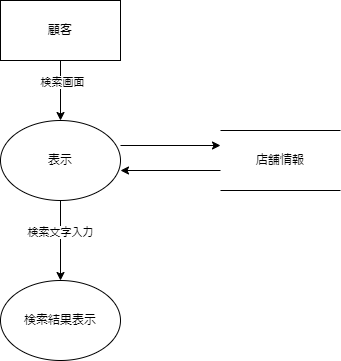
Pyama1013/Sotsu.Gamen keeps this draw.io diagram as DFD/検索.drawio.png. Above is the earlier version. Source tidied: cells renumbered, new cells last; positions are measured from the earlier drawing's top-left corner, leaving out a move shared by most shapes. Source of this version:
```xml
<mxGraphModel>
  <root>
    <mxCell id="0" />
    <mxCell id="1" parent="0" />
    <mxCell id="2" style="edgeStyle=orthogonalEdgeStyle;rounded=0;jettySize=auto;html=1;exitX=0.5;exitY=1;exitDx=0;exitDy=0;entryX=0.5;entryY=0;entryDx=0;entryDy=0;" parent="1" edge="1" source="4" target="7">
      <mxGeometry relative="1" as="geometry" />
    </mxCell>
    <mxCell id="3" value="検索画面" style="edgeLabel;html=1;align=center;verticalAlign=middle;" parent="2" vertex="1">
      <mxGeometry x="-0.31" y="1" relative="1" as="geometry" />
    </mxCell>
    <mxCell id="4" value="顧客" style="rounded=0;whiteSpace=wrap;html=1;" parent="1" vertex="1">
      <mxGeometry width="120" height="60" as="geometry" />
    </mxCell>
    <mxCell id="5" style="edgeStyle=orthogonalEdgeStyle;rounded=0;jettySize=auto;html=1;exitX=0.5;exitY=1;exitDx=0;exitDy=0;entryX=0.5;entryY=0;entryDx=0;entryDy=0;" parent="1" edge="1" source="7" target="8">
      <mxGeometry relative="1" as="geometry" />
    </mxCell>
    <mxCell id="6" value="検索文字入力" style="edgeLabel;html=1;align=center;verticalAlign=middle;" parent="5" vertex="1">
      <mxGeometry x="-0.22" y="-1" relative="1" as="geometry" />
    </mxCell>
    <mxCell id="7" value="表示" style="ellipse;whiteSpace=wrap;html=1;" parent="1" vertex="1">
      <mxGeometry y="120" width="120" height="80" as="geometry" />
    </mxCell>
    <mxCell id="8" value="検索結果表示" style="ellipse;whiteSpace=wrap;html=1;" parent="1" vertex="1">
      <mxGeometry y="280" width="120" height="80" as="geometry" />
    </mxCell>
    <mxCell id="9" value="店舗情報" style="shape=partialRectangle;whiteSpace=wrap;html=1;left=0;right=0;fillColor=none;" parent="1" vertex="1">
      <mxGeometry x="220" y="130" width="120" height="60" as="geometry" />
    </mxCell>
    <mxCell id="10" style="endArrow=classic;html=1;rounded=0;entryX=0;entryY=0.25;entryDx=0;entryDy=0;" parent="1" edge="1" target="9">
      <mxGeometry relative="1" as="geometry">
        <mxPoint x="120" y="145" as="sourcePoint" />
      </mxGeometry>
    </mxCell>
    <mxCell id="11" style="endArrow=classic;html=1;rounded=0;entryX=0;entryY=0.25;entryDx=0;entryDy=0;" parent="1" edge="1">
      <mxGeometry relative="1" as="geometry">
        <mxPoint x="220" y="170" as="sourcePoint" />
        <mxPoint x="120" y="170" as="targetPoint" />
      </mxGeometry>
    </mxCell>
  </root>
</mxGraphModel>
```
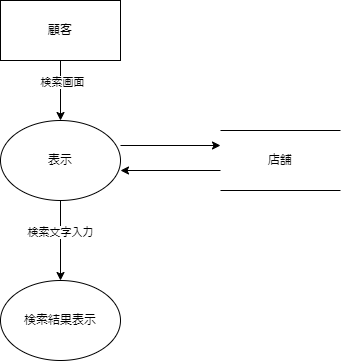
The same diagram one commit later.

Commit message:
検索.drawio.png を更新します

Change to the diagram source:
```diff
@@ -23,7 +23,7 @@
     <mxCell id="8" value="検索結果表示" style="ellipse;whiteSpace=wrap;html=1;" parent="1" vertex="1">
       <mxGeometry y="280" width="120" height="80" as="geometry" />
     </mxCell>
-    <mxCell id="9" value="店舗情報" style="shape=partialRectangle;whiteSpace=wrap;html=1;left=0;right=0;fillColor=none;" parent="1" vertex="1">
+    <mxCell id="9" value="店舗" style="shape=partialRectangle;whiteSpace=wrap;html=1;left=0;right=0;fillColor=none;" parent="1" vertex="1">
       <mxGeometry x="220" y="130" width="120" height="60" as="geometry" />
     </mxCell>
     <mxCell id="10" style="endArrow=classic;html=1;rounded=0;entryX=0;entryY=0.25;entryDx=0;entryDy=0;" parent="1" edge="1" target="9">
```
